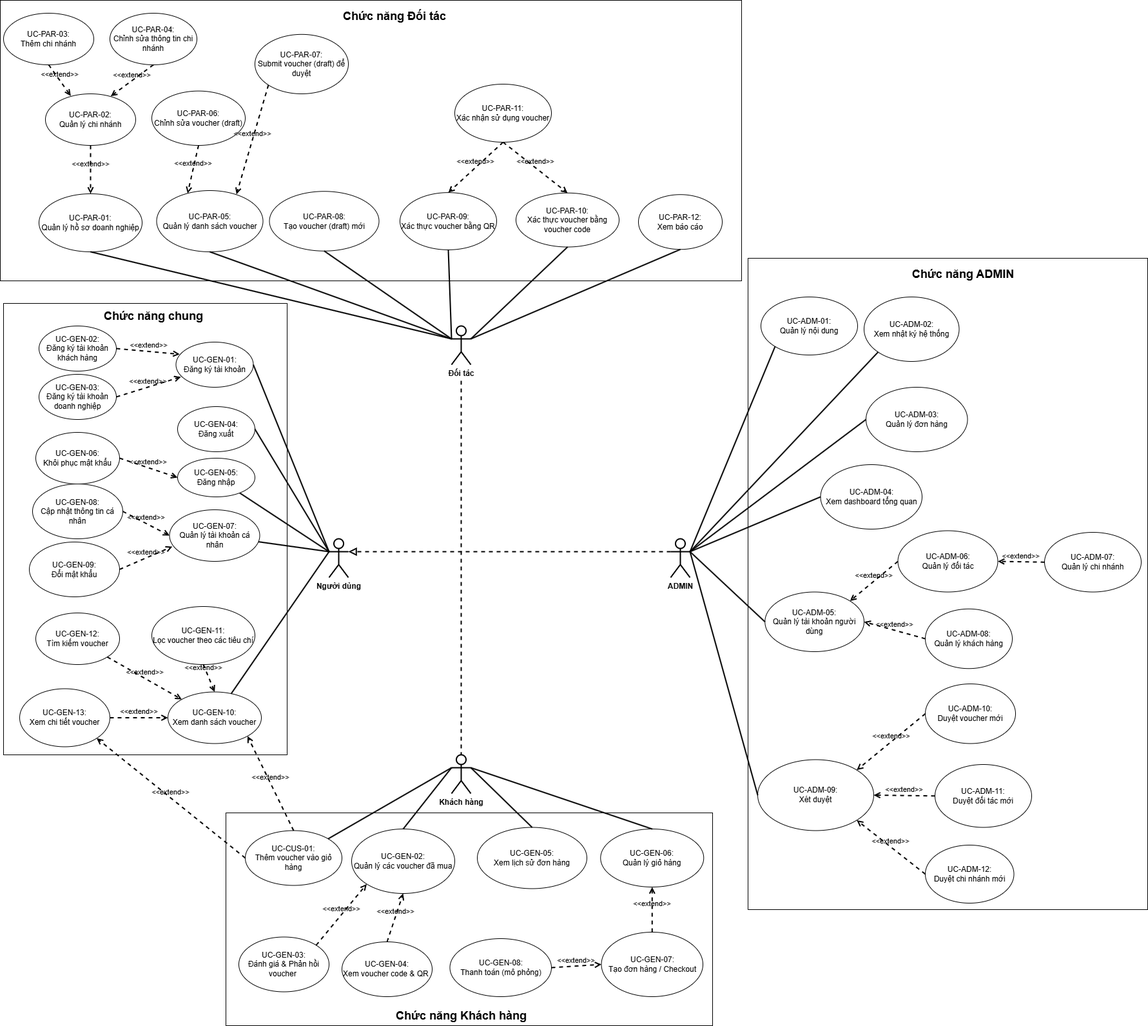
DomQuangMinhTriet/EC_Nhom3 keeps this draw.io diagram as UseCase-Diagram/UseCase-Diagram-Light.png. Above is the earlier version. Source tidied: cells renumbered, new cells last; positions are measured from the earlier drawing's top-left corner, leaving out a move shared by most shapes.
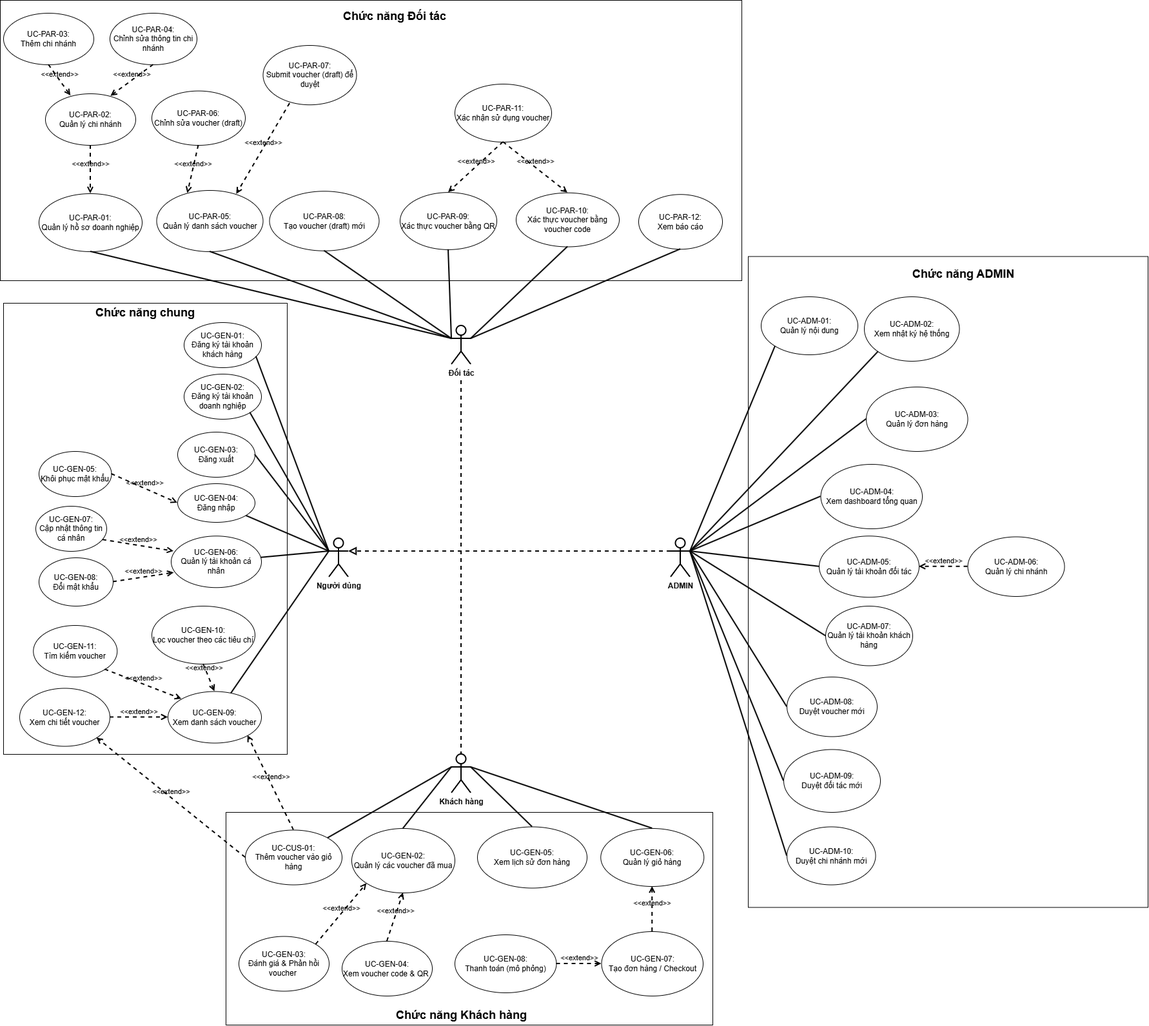
Above is the later version.

Commit message:
duong/usecase-diagram: update diagram

The edit, as a diff of the source:
```diff
@@ -16,5 +16,2 @@
     </mxCell>
-    <mxCell id="6" value="UC-GEN-01:&lt;div&gt;Đăng ký tài khoản&lt;/div&gt;" style="ellipse;whiteSpace=wrap;html=1;" parent="1" vertex="1">
-      <mxGeometry x="272.5" y="530" width="120" height="70" as="geometry" />
-    </mxCell>
     <mxCell id="7" style="rounded=0;jettySize=auto;html=1;entryX=0;entryY=0.3333333333333333;entryDx=0;entryDy=0;entryPerimeter=0;endArrow=none;endFill=0;strokeWidth=2;" parent="1" edge="1" source="8" target="3">
@@ -22,7 +19,7 @@
     </mxCell>
-    <mxCell id="8" value="UC-GEN-05:&lt;div&gt;Đăng nhập&lt;/div&gt;" style="ellipse;whiteSpace=wrap;html=1;" parent="1" vertex="1">
-      <mxGeometry x="275" y="710" width="120" height="60" as="geometry" />
+    <mxCell id="8" value="UC-GEN-04:&lt;div&gt;Đăng nhập&lt;/div&gt;" style="ellipse;whiteSpace=wrap;html=1;" parent="1" vertex="1">
+      <mxGeometry x="275" y="750" width="120" height="60" as="geometry" />
     </mxCell>
-    <mxCell id="9" value="UC-GEN-04:&lt;div&gt;Đăng xuất&lt;/div&gt;" style="ellipse;whiteSpace=wrap;html=1;" parent="1" vertex="1">
-      <mxGeometry x="275" y="630" width="120" height="70" as="geometry" />
+    <mxCell id="9" value="UC-GEN-03:&lt;div&gt;Đăng xuất&lt;/div&gt;" style="ellipse;whiteSpace=wrap;html=1;" parent="1" vertex="1">
+      <mxGeometry x="275" y="670" width="120" height="70" as="geometry" />
     </mxCell>
@@ -34,15 +31,15 @@
     </mxCell>
-    <mxCell id="12" value="UC-GEN-07:&lt;br&gt;&lt;div&gt;Quản lý tài khoản cá nhân&lt;/div&gt;" style="ellipse;whiteSpace=wrap;html=1;" parent="1" vertex="1">
-      <mxGeometry x="262.5" y="790" width="140" height="80" as="geometry" />
+    <mxCell id="12" value="UC-GEN-06:&lt;br&gt;&lt;div&gt;Quản lý tài khoản cá nhân&lt;/div&gt;" style="ellipse;whiteSpace=wrap;html=1;" parent="1" vertex="1">
+      <mxGeometry x="265" y="831.2" width="140" height="80" as="geometry" />
     </mxCell>
-    <mxCell id="13" value="UC-GEN-08:&lt;div&gt;Cập nhật thông tin cá nhân&lt;/div&gt;" style="ellipse;whiteSpace=wrap;html=1;" parent="1" vertex="1">
-      <mxGeometry x="50" y="750" width="140" height="85" as="geometry" />
+    <mxCell id="13" value="UC-GEN-07:&lt;div&gt;Cập nhật thông tin cá nhân&lt;/div&gt;" style="ellipse;whiteSpace=wrap;html=1;" parent="1" vertex="1">
+      <mxGeometry x="55" y="785" width="110" height="70" as="geometry" />
     </mxCell>
-    <mxCell id="14" value="UC-GEN-10:&lt;div&gt;Xem danh sách voucher&lt;/div&gt;" style="ellipse;whiteSpace=wrap;html=1;" parent="1" vertex="1">
+    <mxCell id="14" value="UC-GEN-09:&lt;div&gt;Xem danh sách voucher&lt;/div&gt;" style="ellipse;whiteSpace=wrap;html=1;" parent="1" vertex="1">
       <mxGeometry x="260" y="1072.5" width="145" height="80" as="geometry" />
     </mxCell>
-    <mxCell id="15" value="UC-GEN-13:&lt;div&gt;Xem chi tiết voucher&lt;/div&gt;" style="ellipse;whiteSpace=wrap;html=1;" parent="1" vertex="1">
+    <mxCell id="15" value="UC-GEN-12:&lt;div&gt;Xem chi tiết voucher&lt;/div&gt;" style="ellipse;whiteSpace=wrap;html=1;" parent="1" vertex="1">
       <mxGeometry x="30" y="1067.5" width="140" height="90" as="geometry" />
     </mxCell>
-    <mxCell id="16" value="UC-GEN-11:&lt;div&gt;Lọc voucher theo các tiêu chí&lt;/div&gt;" style="ellipse;whiteSpace=wrap;html=1;" parent="1" vertex="1">
+    <mxCell id="16" value="UC-GEN-10:&lt;div&gt;Lọc voucher theo các tiêu chí&lt;/div&gt;" style="ellipse;whiteSpace=wrap;html=1;" parent="1" vertex="1">
       <mxGeometry x="235" y="940" width="160" height="90" as="geometry" />
@@ -52,4 +49,4 @@
     </mxCell>
-    <mxCell id="18" value="&lt;div&gt;UC-GEN-12:&lt;/div&gt;&lt;div&gt;Tìm kiếm voucher&lt;/div&gt;" style="ellipse;whiteSpace=wrap;html=1;" parent="1" vertex="1">
-      <mxGeometry x="55" y="950" width="130" height="80" as="geometry" />
+    <mxCell id="18" value="&lt;div&gt;UC-GEN-11:&lt;/div&gt;&lt;div&gt;Tìm kiếm voucher&lt;/div&gt;" style="ellipse;whiteSpace=wrap;html=1;" parent="1" vertex="1">
+      <mxGeometry x="51.2" y="970" width="130" height="80" as="geometry" />
     </mxCell>
@@ -71,3 +68,3 @@
     <mxCell id="24" value="UC-GEN-08:&lt;div&gt;Thanh toán (mô phỏng)&lt;/div&gt;" style="ellipse;whiteSpace=wrap;html=1;" parent="1" vertex="1">
-      <mxGeometry x="697.5" y="1455" width="157.5" height="90" as="geometry" />
+      <mxGeometry x="705" y="1450" width="157.5" height="90" as="geometry" />
     </mxCell>
@@ -86,3 +83,3 @@
     <mxCell id="29" value="UC-PAR-07:&lt;div&gt;Submit voucher (draft) để duyệt&lt;/div&gt;" style="ellipse;whiteSpace=wrap;html=1;" parent="1" vertex="1">
-      <mxGeometry x="395" y="52.8" width="145" height="92.2" as="geometry" />
+      <mxGeometry x="407.5" y="70" width="145" height="92.2" as="geometry" />
     </mxCell>
@@ -100,4 +97,4 @@
     </mxCell>
-    <mxCell id="34" value="UC-GEN-06:&lt;div&gt;Khôi phục mật khẩu&lt;/div&gt;" style="ellipse;whiteSpace=wrap;html=1;" parent="1" vertex="1">
-      <mxGeometry x="55" y="670" width="130" height="80" as="geometry" />
+    <mxCell id="34" value="UC-GEN-05:&lt;div&gt;Khôi phục mật khẩu&lt;/div&gt;" style="ellipse;whiteSpace=wrap;html=1;" parent="1" vertex="1">
+      <mxGeometry x="60" y="700" width="112.5" height="70" as="geometry" />
     </mxCell>
@@ -107,24 +104,18 @@
     <mxCell id="36" style="rounded=0;whiteSpace=wrap;html=1;" parent="1" vertex="1">
-      <mxGeometry x="1160" y="400" width="620" height="1010" as="geometry" />
+      <mxGeometry x="1160" y="397.5" width="620" height="1010" as="geometry" />
     </mxCell>
-    <mxCell id="37" value="UC-ADM-05:&lt;div&gt;Quản lý tài khoản người dùng&lt;/div&gt;" style="ellipse;whiteSpace=wrap;html=1;" parent="1" vertex="1">
-      <mxGeometry x="1186.2" y="917.5" width="153.8" height="92.5" as="geometry" />
-    </mxCell>
-    <mxCell id="38" value="UC-ADM-08:&lt;div&gt;Quản lý khách hàng&lt;/div&gt;" style="ellipse;whiteSpace=wrap;html=1;" parent="1" vertex="1">
-      <mxGeometry x="1435" y="943.8" width="135" height="92.5" as="geometry" />
+    <mxCell id="38" value="UC-ADM-07:&lt;div&gt;Quản lý tài khoản khách hàng&lt;/div&gt;" style="ellipse;whiteSpace=wrap;html=1;" parent="1" vertex="1">
+      <mxGeometry x="1280" y="940" width="135" height="92.5" as="geometry" />
     </mxCell>
-    <mxCell id="39" value="UC-ADM-06:&lt;div&gt;Quản lý đối tác&lt;/div&gt;" style="ellipse;whiteSpace=wrap;html=1;" parent="1" vertex="1">
-      <mxGeometry x="1392.5" y="822.5" width="155" height="95" as="geometry" />
+    <mxCell id="39" value="UC-ADM-05:&lt;div&gt;Quản lý tài khoản đối tác&lt;/div&gt;" style="ellipse;whiteSpace=wrap;html=1;" parent="1" vertex="1">
+      <mxGeometry x="1270" y="831.2" width="155" height="95" as="geometry" />
     </mxCell>
-    <mxCell id="40" value="UC-ADM-07:&lt;div&gt;Quản lý chi nhánh&lt;/div&gt;" style="ellipse;whiteSpace=wrap;html=1;" parent="1" vertex="1">
-      <mxGeometry x="1620" y="825" width="150" height="92.5" as="geometry" />
+    <mxCell id="40" value="UC-ADM-06:&lt;div&gt;Quản lý chi nhánh&lt;/div&gt;" style="ellipse;whiteSpace=wrap;html=1;" parent="1" vertex="1">
+      <mxGeometry x="1500.5" y="832.5" width="150" height="92.5" as="geometry" />
     </mxCell>
-    <mxCell id="41" value="UC-ADM-09:&lt;div&gt;Xét duyệt&lt;/div&gt;" style="ellipse;whiteSpace=wrap;html=1;" parent="1" vertex="1">
-      <mxGeometry x="1175" y="1177.5" width="180" height="110" as="geometry" />
-    </mxCell>
-    <mxCell id="42" value="UC-ADM-10:&lt;div&gt;Duyệt voucher mới&lt;/div&gt;" style="ellipse;whiteSpace=wrap;html=1;" parent="1" vertex="1">
-      <mxGeometry x="1435" y="1060" width="140" height="92.5" as="geometry" />
+    <mxCell id="42" value="UC-ADM-08:&lt;div&gt;Duyệt voucher mới&lt;/div&gt;" style="ellipse;whiteSpace=wrap;html=1;" parent="1" vertex="1">
+      <mxGeometry x="1220" y="1050" width="140" height="92.5" as="geometry" />
     </mxCell>
-    <mxCell id="43" value="UC-ADM-11:&lt;div&gt;Duyệt đối tác mới&lt;/div&gt;" style="ellipse;whiteSpace=wrap;html=1;" parent="1" vertex="1">
-      <mxGeometry x="1450" y="1185" width="150" height="97.5" as="geometry" />
+    <mxCell id="43" value="UC-ADM-09:&lt;div&gt;Duyệt đối tác mới&lt;/div&gt;" style="ellipse;whiteSpace=wrap;html=1;" parent="1" vertex="1">
+      <mxGeometry x="1215" y="1162.5" width="150" height="97.5" as="geometry" />
     </mxCell>
@@ -139,5 +130,2 @@
     </mxCell>
-    <mxCell id="47" style="rounded=0;jettySize=auto;html=1;entryX=1;entryY=0.5;entryDx=0;entryDy=0;endArrow=none;endFill=0;exitX=0;exitY=0.3333333333333333;exitDx=0;exitDy=0;exitPerimeter=0;strokeWidth=2;" parent="1" edge="1" source="3" target="6">
-      <mxGeometry relative="1" as="geometry" />
-    </mxCell>
     <mxCell id="48" style="rounded=0;jettySize=auto;html=1;exitX=0;exitY=0.3333333333333333;exitDx=0;exitDy=0;exitPerimeter=0;entryX=1;entryY=0.5;entryDx=0;entryDy=0;endArrow=none;endFill=0;strokeWidth=2;" parent="1" edge="1" source="3" target="9">
@@ -171,3 +159,3 @@
     </mxCell>
-    <mxCell id="57" value="&amp;lt;&amp;lt;extend&amp;gt;&amp;gt;" style="html=1;verticalAlign=bottom;labelBackgroundColor=none;endArrow=open;endFill=0;dashed=1;rounded=0;strokeWidth=2;exitX=1;exitY=0.5;exitDx=0;exitDy=0;entryX=0;entryY=0.5;entryDx=0;entryDy=0;" parent="1" edge="1" source="13" target="12">
+    <mxCell id="57" value="&amp;lt;&amp;lt;extend&amp;gt;&amp;gt;" style="html=1;verticalAlign=bottom;labelBackgroundColor=none;endArrow=open;endFill=0;dashed=1;rounded=0;strokeWidth=2;exitX=0.945;exitY=0.745;exitDx=0;exitDy=0;entryX=0.029;entryY=0.297;entryDx=0;entryDy=0;exitPerimeter=0;entryPerimeter=0;" parent="1" edge="1" source="13" target="12">
       <mxGeometry relative="1" as="geometry" />
@@ -177,4 +165,4 @@
     </mxCell>
-    <mxCell id="59" value="UC-ADM-12:&lt;div&gt;Duyệt chi nhánh mới&lt;/div&gt;" style="ellipse;whiteSpace=wrap;html=1;" parent="1" vertex="1">
-      <mxGeometry x="1435" y="1310" width="137.5" height="90" as="geometry" />
+    <mxCell id="59" value="UC-ADM-10:&lt;div&gt;Duyệt chi nhánh mới&lt;/div&gt;" style="ellipse;whiteSpace=wrap;html=1;" parent="1" vertex="1">
+      <mxGeometry x="1220" y="1282.5" width="137.5" height="90" as="geometry" />
     </mxCell>
@@ -207,6 +195,6 @@
     </mxCell>
-    <mxCell id="69" style="rounded=0;jettySize=auto;html=1;entryX=1;entryY=0.3333333333333333;entryDx=0;entryDy=0;endArrow=none;endFill=0;exitX=0;exitY=0.5;exitDx=0;exitDy=0;strokeWidth=2;entryPerimeter=0;" parent="1" edge="1" source="37" target="35">
+    <mxCell id="69" style="rounded=0;jettySize=auto;html=1;entryX=1;entryY=0.3333333333333333;entryDx=0;entryDy=0;endArrow=none;endFill=0;exitX=0;exitY=0.5;exitDx=0;exitDy=0;strokeWidth=2;entryPerimeter=0;" parent="1" edge="1" source="39" target="35">
       <mxGeometry relative="1" as="geometry" />
     </mxCell>
-    <mxCell id="70" style="rounded=0;jettySize=auto;html=1;entryX=1;entryY=0.3333333333333333;entryDx=0;entryDy=0;endArrow=none;endFill=0;exitX=0;exitY=0.5;exitDx=0;exitDy=0;strokeWidth=2;entryPerimeter=0;" parent="1" edge="1" source="41" target="35">
+    <mxCell id="70" style="rounded=0;jettySize=auto;html=1;entryX=1;entryY=0.3333333333333333;entryDx=0;entryDy=0;endArrow=none;endFill=0;exitX=0;exitY=0.5;exitDx=0;exitDy=0;strokeWidth=2;entryPerimeter=0;" parent="1" edge="1" source="42" target="35">
       <mxGeometry relative="1" as="geometry" />
@@ -240,5 +228,2 @@
     </mxCell>
-    <mxCell id="80" value="&amp;lt;&amp;lt;extend&amp;gt;&amp;gt;" style="html=1;verticalAlign=bottom;labelBackgroundColor=none;endArrow=open;endFill=0;dashed=1;rounded=0;strokeWidth=2;exitX=0;exitY=0.5;exitDx=0;exitDy=0;entryX=1;entryY=0;entryDx=0;entryDy=0;" parent="1" edge="1" source="39" target="37">
-      <mxGeometry relative="1" as="geometry" />
-    </mxCell>
     <mxCell id="81" value="&amp;lt;&amp;lt;extend&amp;gt;&amp;gt;" style="html=1;verticalAlign=bottom;labelBackgroundColor=none;endArrow=open;endFill=0;dashed=1;rounded=0;strokeWidth=2;exitX=0;exitY=0.5;exitDx=0;exitDy=0;entryX=1;entryY=0.5;entryDx=0;entryDy=0;" parent="1" edge="1" source="40" target="39">
@@ -246,16 +231,4 @@
     </mxCell>
-    <mxCell id="82" value="&amp;lt;&amp;lt;extend&amp;gt;&amp;gt;" style="html=1;verticalAlign=bottom;labelBackgroundColor=none;endArrow=open;endFill=0;dashed=1;rounded=0;strokeWidth=2;exitX=0;exitY=0.5;exitDx=0;exitDy=0;entryX=1;entryY=0.5;entryDx=0;entryDy=0;" parent="1" edge="1" source="38" target="37">
-      <mxGeometry relative="1" as="geometry" />
-    </mxCell>
-    <mxCell id="83" value="&amp;lt;&amp;lt;extend&amp;gt;&amp;gt;" style="html=1;verticalAlign=bottom;labelBackgroundColor=none;endArrow=open;endFill=0;dashed=1;rounded=0;strokeWidth=2;exitX=0;exitY=0.5;exitDx=0;exitDy=0;entryX=1;entryY=0;entryDx=0;entryDy=0;" parent="1" edge="1" source="42" target="41">
-      <mxGeometry relative="1" as="geometry" />
-    </mxCell>
-    <mxCell id="84" value="&amp;lt;&amp;lt;extend&amp;gt;&amp;gt;" style="html=1;verticalAlign=bottom;labelBackgroundColor=none;endArrow=open;endFill=0;dashed=1;rounded=0;strokeWidth=2;exitX=0;exitY=0.5;exitDx=0;exitDy=0;entryX=1;entryY=0.5;entryDx=0;entryDy=0;" parent="1" edge="1" source="43" target="41">
-      <mxGeometry relative="1" as="geometry" />
-    </mxCell>
-    <mxCell id="85" value="&amp;lt;&amp;lt;extend&amp;gt;&amp;gt;" style="html=1;verticalAlign=bottom;labelBackgroundColor=none;endArrow=open;endFill=0;dashed=1;rounded=0;strokeWidth=2;exitX=0;exitY=0.5;exitDx=0;exitDy=0;entryX=1;entryY=1;entryDx=0;entryDy=0;" parent="1" edge="1" source="59" target="41">
-      <mxGeometry relative="1" as="geometry" />
-    </mxCell>
-    <mxCell id="86" value="UC-GEN-09:&lt;div&gt;Đổi mật khẩu&lt;/div&gt;" style="ellipse;whiteSpace=wrap;html=1;" parent="1" vertex="1">
-      <mxGeometry x="45" y="840" width="140" height="85" as="geometry" />
+    <mxCell id="86" value="UC-GEN-08:&lt;div&gt;Đổi mật khẩu&lt;/div&gt;" style="ellipse;whiteSpace=wrap;html=1;" parent="1" vertex="1">
+      <mxGeometry x="60" y="865" width="115" height="75" as="geometry" />
     </mxCell>
@@ -270,3 +243,3 @@
     </mxCell>
-    <mxCell id="90" value="&amp;lt;&amp;lt;extend&amp;gt;&amp;gt;" style="html=1;verticalAlign=bottom;labelBackgroundColor=none;endArrow=open;endFill=0;dashed=1;rounded=0;strokeWidth=2;exitX=0;exitY=1;exitDx=0;exitDy=0;entryX=0.751;entryY=0.061;entryDx=0;entryDy=0;entryPerimeter=0;" parent="1" edge="1" source="29" target="30">
+    <mxCell id="90" value="&amp;lt;&amp;lt;extend&amp;gt;&amp;gt;" style="html=1;verticalAlign=bottom;labelBackgroundColor=none;endArrow=open;endFill=0;dashed=1;rounded=0;strokeWidth=2;exitX=0.287;exitY=0.976;exitDx=0;exitDy=0;entryX=0.751;entryY=0.061;entryDx=0;entryDy=0;entryPerimeter=0;exitPerimeter=0;" parent="1" edge="1" source="29" target="30">
       <mxGeometry relative="1" as="geometry" />
@@ -303,14 +276,8 @@
     </mxCell>
-    <mxCell id="101" value="UC-GEN-02:&lt;div&gt;Đăng ký tài khoản khách hàng&lt;/div&gt;" style="ellipse;whiteSpace=wrap;html=1;" parent="1" vertex="1">
-      <mxGeometry x="60" y="505" width="120" height="70" as="geometry" />
+    <mxCell id="101" value="UC-GEN-01:&lt;div&gt;Đăng ký tài khoản khách hàng&lt;/div&gt;" style="ellipse;whiteSpace=wrap;html=1;" parent="1" vertex="1">
+      <mxGeometry x="285" y="500" width="120" height="70" as="geometry" />
     </mxCell>
-    <mxCell id="102" value="UC-GEN-03:&lt;div&gt;Đăng ký tài khoản doanh nghiệp&lt;/div&gt;" style="ellipse;whiteSpace=wrap;html=1;" parent="1" vertex="1">
-      <mxGeometry x="60" y="580" width="120" height="70" as="geometry" />
+    <mxCell id="102" value="UC-GEN-02:&lt;div&gt;Đăng ký tài khoản doanh nghiệp&lt;/div&gt;" style="ellipse;whiteSpace=wrap;html=1;" parent="1" vertex="1">
+      <mxGeometry x="285" y="580" width="120" height="70" as="geometry" />
     </mxCell>
-    <mxCell id="103" value="&amp;lt;&amp;lt;extend&amp;gt;&amp;gt;" style="html=1;verticalAlign=bottom;labelBackgroundColor=none;endArrow=open;endFill=0;dashed=1;rounded=0;strokeWidth=2;exitX=1;exitY=0.5;exitDx=0;exitDy=0;entryX=0.048;entryY=0.269;entryDx=0;entryDy=0;entryPerimeter=0;" parent="1" edge="1" source="101" target="6">
-      <mxGeometry relative="1" as="geometry" />
-    </mxCell>
-    <mxCell id="104" value="&amp;lt;&amp;lt;extend&amp;gt;&amp;gt;" style="html=1;verticalAlign=bottom;labelBackgroundColor=none;endArrow=open;endFill=0;dashed=1;rounded=0;strokeWidth=2;exitX=1;exitY=0.5;exitDx=0;exitDy=0;entryX=0.064;entryY=0.771;entryDx=0;entryDy=0;entryPerimeter=0;" parent="1" edge="1" source="102" target="6">
-      <mxGeometry relative="1" as="geometry" />
-    </mxCell>
     <mxCell id="105" value="&lt;font style=&quot;font-size: 18px;&quot;&gt;&lt;b style=&quot;&quot;&gt;Chức năng Đối tác&lt;/b&gt;&lt;/font&gt;" style="text;html=1;whiteSpace=wrap;strokeColor=none;fillColor=none;align=center;verticalAlign=middle;rounded=0;" parent="1" vertex="1">
@@ -319,3 +286,3 @@
     <mxCell id="106" value="&lt;font style=&quot;font-size: 18px;&quot;&gt;&lt;b style=&quot;&quot;&gt;Chức năng chung&lt;/b&gt;&lt;/font&gt;" style="text;html=1;whiteSpace=wrap;strokeColor=none;fillColor=none;align=center;verticalAlign=middle;rounded=0;" parent="1" vertex="1">
-      <mxGeometry x="143.8" y="475" width="187.5" height="30" as="geometry" />
+      <mxGeometry x="131" y="470" width="187.5" height="30" as="geometry" />
     </mxCell>
@@ -327,2 +294,17 @@
     </mxCell>
+    <mxCell id="109" style="rounded=0;jettySize=auto;html=1;exitX=0;exitY=0.3333333333333333;exitDx=0;exitDy=0;exitPerimeter=0;entryX=1;entryY=1;entryDx=0;entryDy=0;endArrow=none;endFill=0;strokeWidth=2;" parent="1" edge="1" source="3" target="102">
+      <mxGeometry relative="1" as="geometry" />
+    </mxCell>
+    <mxCell id="110" style="rounded=0;jettySize=auto;html=1;exitX=0;exitY=0.3333333333333333;exitDx=0;exitDy=0;exitPerimeter=0;entryX=0.932;entryY=0.754;entryDx=0;entryDy=0;endArrow=none;endFill=0;strokeWidth=2;entryPerimeter=0;" parent="1" edge="1" source="3" target="101">
+      <mxGeometry relative="1" as="geometry" />
+    </mxCell>
+    <mxCell id="111" style="rounded=0;jettySize=auto;html=1;entryX=1;entryY=0.3333333333333333;entryDx=0;entryDy=0;endArrow=none;endFill=0;exitX=0;exitY=0.5;exitDx=0;exitDy=0;strokeWidth=2;entryPerimeter=0;" parent="1" edge="1" source="43" target="35">
+      <mxGeometry relative="1" as="geometry" />
+    </mxCell>
+    <mxCell id="112" style="rounded=0;jettySize=auto;html=1;entryX=1;entryY=0.3333333333333333;entryDx=0;entryDy=0;endArrow=none;endFill=0;exitX=0;exitY=0.5;exitDx=0;exitDy=0;strokeWidth=2;entryPerimeter=0;" parent="1" edge="1" source="59" target="35">
+      <mxGeometry relative="1" as="geometry" />
+    </mxCell>
+    <mxCell id="113" style="rounded=0;jettySize=auto;html=1;entryX=1;entryY=0.3333333333333333;entryDx=0;entryDy=0;endArrow=none;endFill=0;exitX=0;exitY=0.5;exitDx=0;exitDy=0;strokeWidth=2;entryPerimeter=0;" parent="1" edge="1" source="38" target="35">
+      <mxGeometry relative="1" as="geometry" />
+    </mxCell>
   </root>
```
